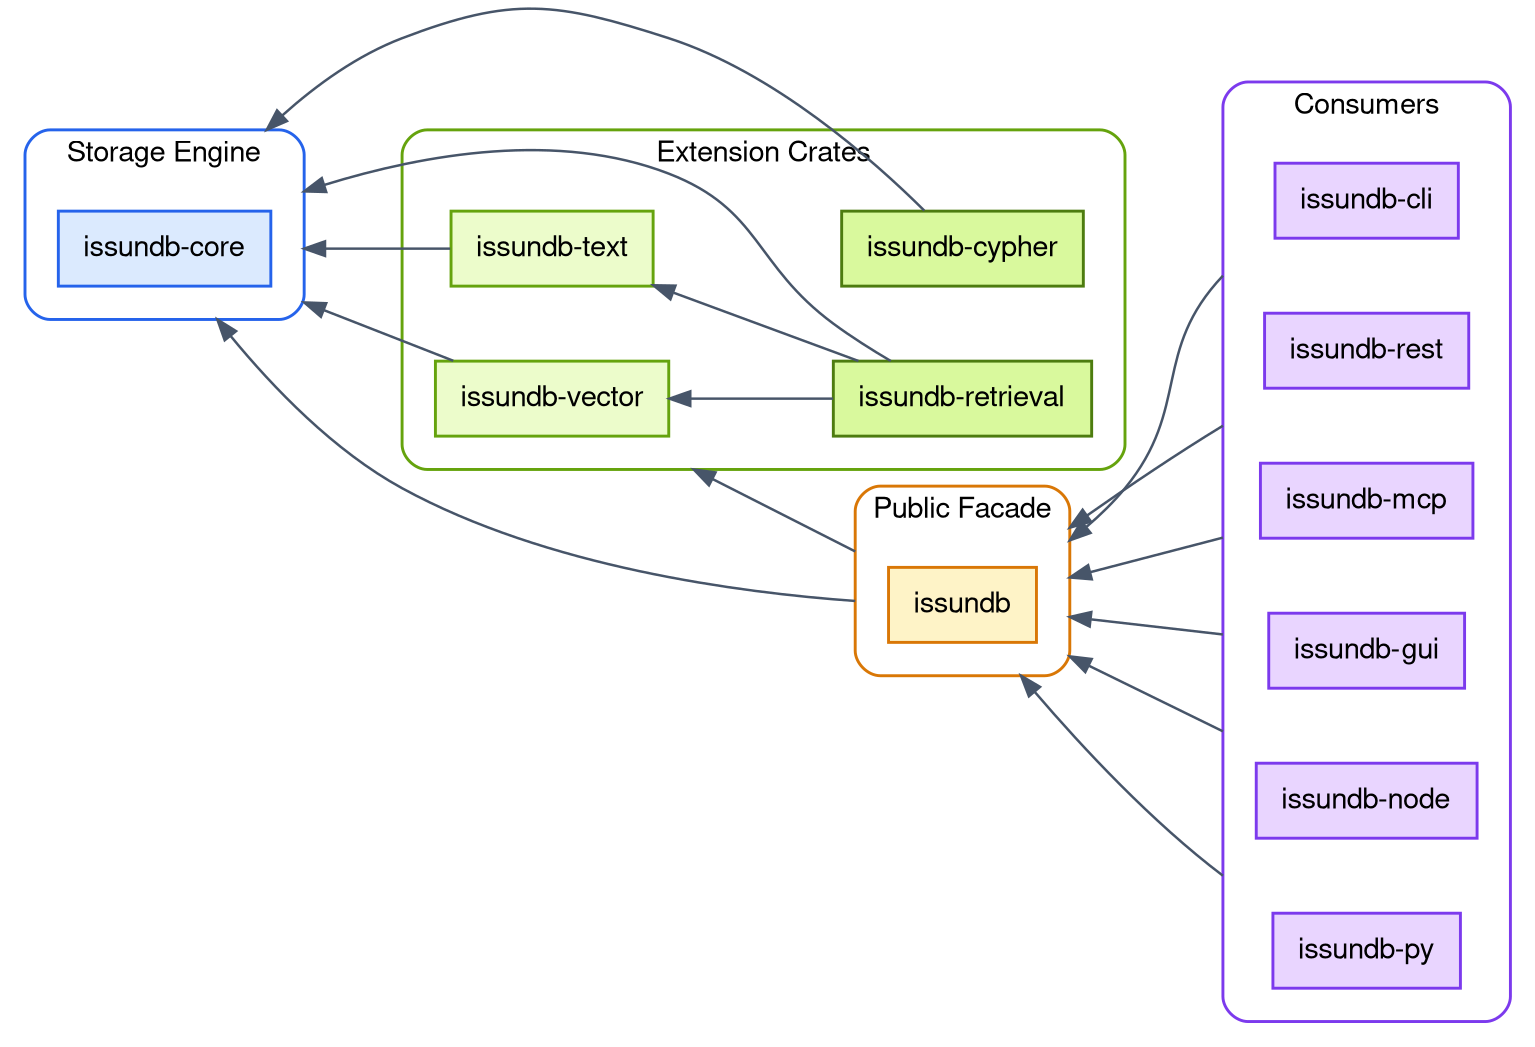
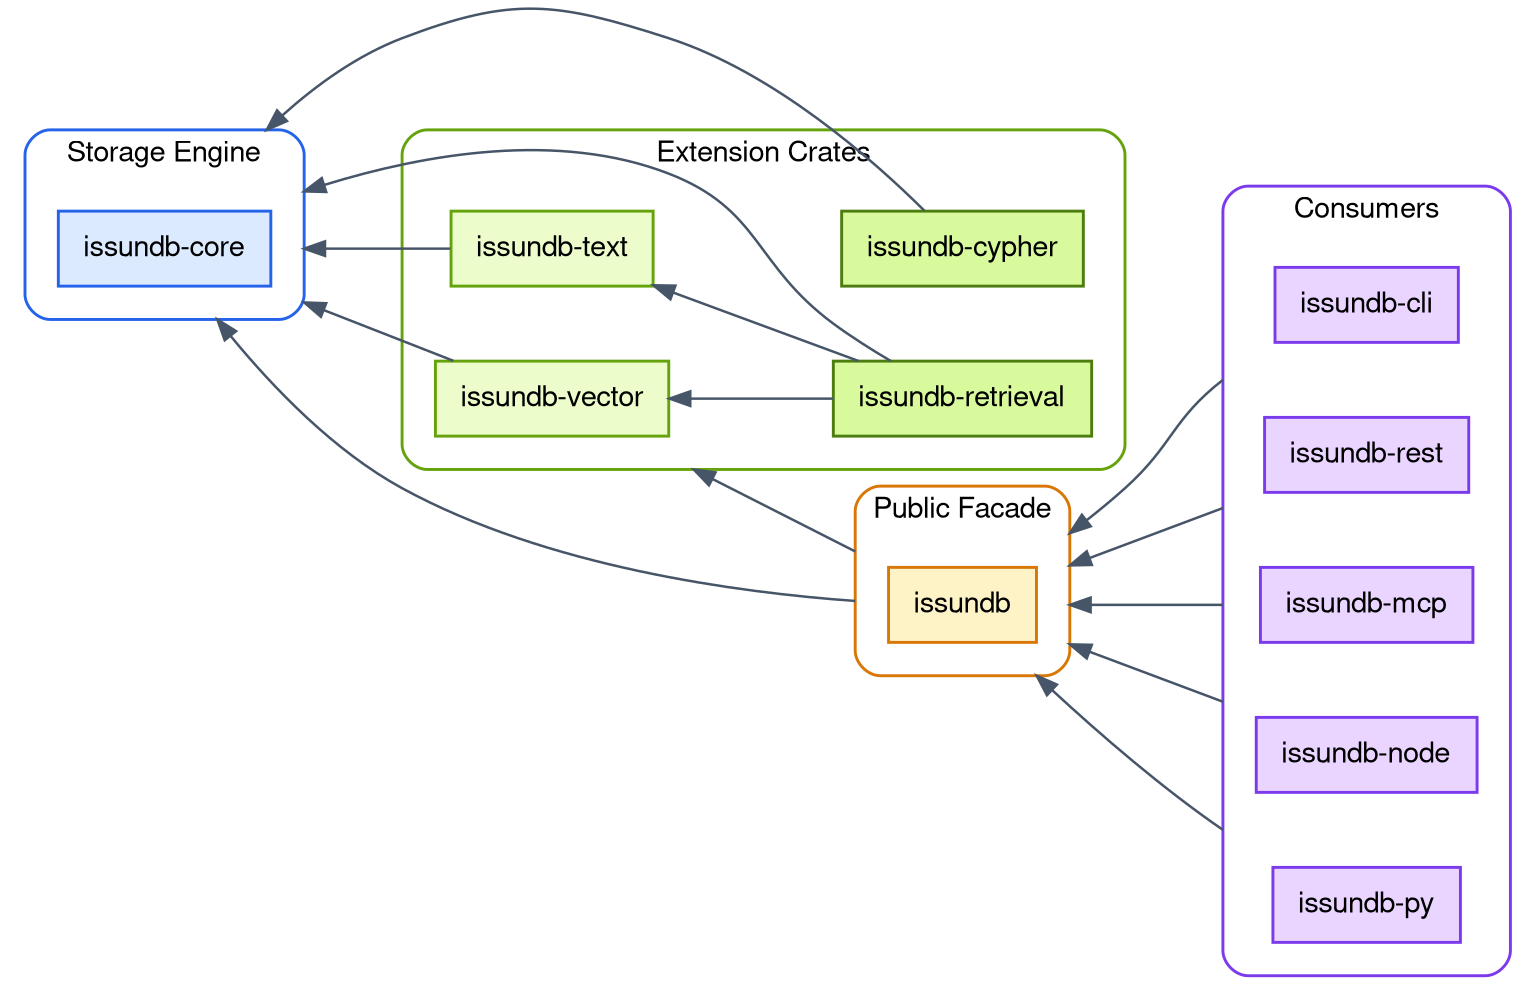
digraph IssunDBArchitecture {
    fontname = "Helvetica,Arial,sans-serif"
    layout = dot
    rankdir = RL
    ranksep = 1.1
    nodesep = 0.5
    splines = true
    bgcolor = "white"
    compound = true

    node [
    fontname = "Helvetica,Arial,sans-serif",
    shape = rect,
    style = "filled",
    color = "#475569",
    fillcolor = "white",
    penwidth = 1.4,
    margin = "0.16,0.10"
    ]

    edge [
    fontname = "Helvetica,Arial,sans-serif",
    fontsize = 10,
    color = "#475569",
    fontcolor = "#475569",
    penwidth = 1.2
    ]

    // ---------------------------------------------------------------
    // Storage engine: the foundation crate.
    // ---------------------------------------------------------------
    subgraph cluster_core {
    label = "Storage Engine"
    fontname = "Helvetica,Arial,sans-serif"
    fontsize = 14
    style = "rounded"
    color = "#2563EB"
    penwidth = 1.4
    margin = 16

    core [label = "issundb-core", fillcolor = "#DBEAFE", color = "#2563EB"]
    }

    // ---------------------------------------------------------------
    // Extension crates: depend on core, never on each other upward.
    // ---------------------------------------------------------------
    subgraph cluster_ext {
    label = "Extension Crates"
    fontname = "Helvetica,Arial,sans-serif"
    fontsize = 14
    style = "rounded"
    color = "#65A30D"
    penwidth = 1.4
    margin = 16

    vector [label = "issundb-vector", fillcolor = "#ECFCCB", color = "#65A30D"]
    text [label = "issundb-text", fillcolor = "#ECFCCB", color = "#65A30D"]
    retrieval [label = "issundb-retrieval", fillcolor = "#D9F99D", color = "#4D7C0F"]
    cypher [label = "issundb-cypher", fillcolor = "#D9F99D", color = "#4D7C0F"]
    }

    // ---------------------------------------------------------------
    // Public facade.
    // ---------------------------------------------------------------
    subgraph cluster_facade {
    label = "Public Facade"
    fontname = "Helvetica,Arial,sans-serif"
    fontsize = 14
    style = "rounded"
    color = "#D97706"
    penwidth = 1.4
    margin = 16

    facade [label = "issundb", fillcolor = "#FEF3C7", color = "#D97706"]
    }

    // ---------------------------------------------------------------
    // Consumers: bindings, servers, tools. Facade-only.
    // ---------------------------------------------------------------
    subgraph cluster_consumers {
    label = "Consumers"
    fontname = "Helvetica,Arial,sans-serif"
    fontsize = 14
    style = "rounded"
    color = "#7C3AED"
    penwidth = 1.4
    margin = 16

    cli [label = "issundb-cli", fillcolor = "#E9D5FF", color = "#7C3AED"]
    rest [label = "issundb-rest", fillcolor = "#E9D5FF", color = "#7C3AED"]
    mcp [label = "issundb-mcp", fillcolor = "#E9D5FF", color = "#7C3AED"]
-     gui [label = "issundb-gui", fillcolor = "#E9D5FF", color = "#7C3AED"]
    node_bind [label = "issundb-node", fillcolor = "#E9D5FF", color = "#7C3AED"]
    py_bind [label = "issundb-py", fillcolor = "#E9D5FF", color = "#7C3AED"]
    }

    // ---------------------------------------------------------------
    // Dependency edges (point from dependent to dependency).
    // lhead/ltail clip the edge at the cluster border (compound = true)
    // so arrows attach to the enclosing cluster, not the inner box.
    // ---------------------------------------------------------------
    vector -> core [lhead = cluster_core]
    text -> core [lhead = cluster_core]
    retrieval -> core [lhead = cluster_core]
    retrieval -> vector
    retrieval -> text
    cypher -> core [lhead = cluster_core]

    facade -> core [ltail = cluster_facade, lhead = cluster_core]
    facade -> vector [ltail = cluster_facade, lhead = cluster_ext]

    cli -> facade [ltail = cluster_consumers, lhead = cluster_facade]
    rest -> facade [ltail = cluster_consumers, lhead = cluster_facade]
    mcp -> facade [ltail = cluster_consumers, lhead = cluster_facade]
-     gui -> facade [ltail = cluster_consumers, lhead = cluster_facade]
    node_bind -> facade [ltail = cluster_consumers, lhead = cluster_facade]
    py_bind -> facade [ltail = cluster_consumers, lhead = cluster_facade]
}
